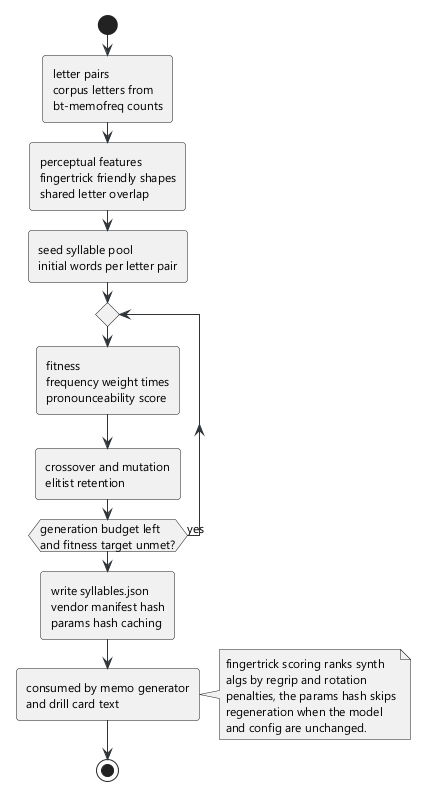
This is docs/diagrams/05-ga.png from lavantien/blind-trainer, a PlantUML export, as it was before one commit.
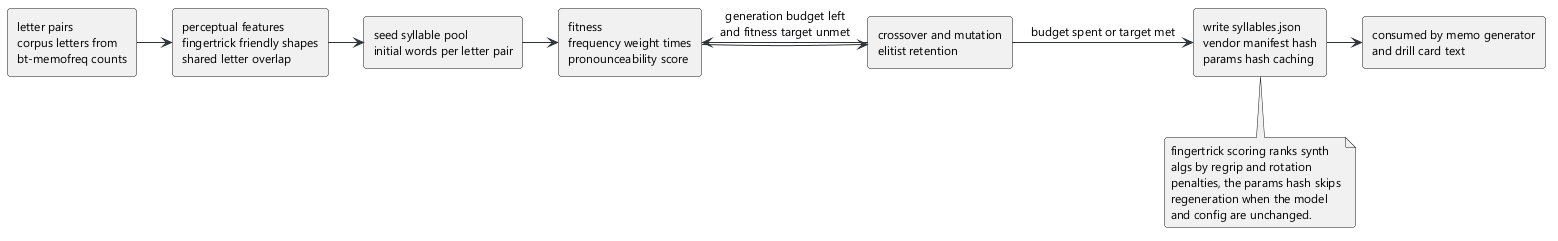
After the change.

Change to the diagram source:
```diff
@@ -5,22 +5,25 @@
 skinparam roundCorner 6
 skinparam ArrowColor #2f3439
 skinparam NoteBackgroundColor #f4f5f6
-start
-:letter pairs\ncorpus letters from\nbt-memofreq counts;
-:perceptual features\nfingertrick friendly shapes\nshared letter overlap;
-:seed syllable pool\ninitial words per letter pair;
-repeat
-  :fitness\nfrequency weight times\npronounceability score;
-  :crossover and mutation\nelitist retention;
-repeat while (generation budget left\nand fitness target unmet?) is (yes)
-:write syllables.json\nvendor manifest hash\nparams hash caching;
-:consumed by memo generator\nand drill card text;
-note right
+rectangle "letter pairs\ncorpus letters from\nbt-memofreq counts" as letters
+rectangle "perceptual features\nfingertrick friendly shapes\nshared letter overlap" as features
+rectangle "seed syllable pool\ninitial words per letter pair" as pool
+rectangle "fitness\nfrequency weight times\npronounceability score" as fitness
+rectangle "crossover and mutation\nelitist retention" as evolve
+rectangle "write syllables.json\nvendor manifest hash\nparams hash caching" as write
+rectangle "consumed by memo generator\nand drill card text" as consumed
+letters -> features
+features -> pool
+pool -> fitness
+fitness -> evolve
+evolve -> fitness : generation budget left\nand fitness target unmet
+evolve -> write : budget spent or target met
+write -> consumed
+note bottom of write
   fingertrick scoring ranks synth
   algs by regrip and rotation
   penalties, the params hash skips
   regeneration when the model
   and config are unchanged.
 end note
-stop
 @enduml
```
